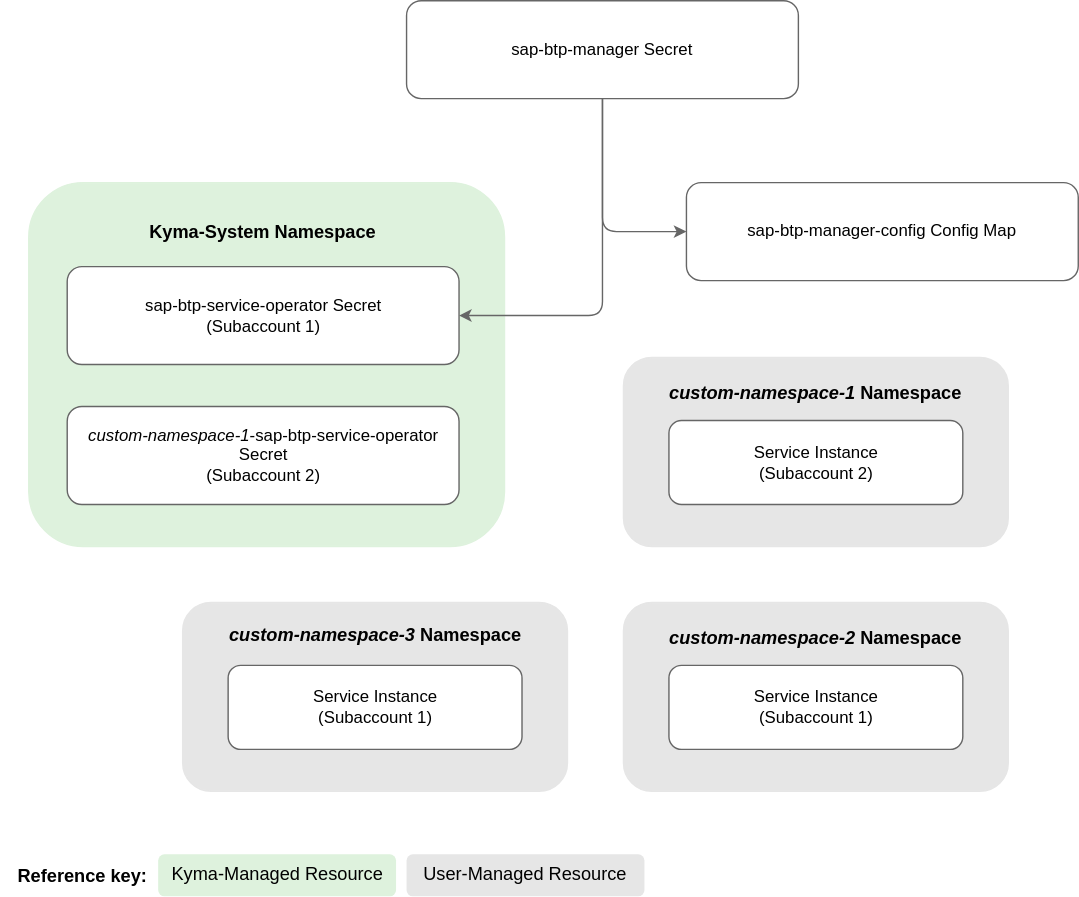
Before: docs/assets/access_configuration.drawio.svg, a diagram exported from draw.io (kyma-project/btp-manager). Source tidied: cells renumbered, new cells last; positions are measured from the earlier drawing's top-left corner, leaving out a move shared by most shapes. The source it was exported from:
```xml
<mxGraphModel background="#ffffff">
  <root>
    <mxCell id="0" />
    <mxCell id="1" parent="0" />
    <mxCell id="2" style="rounded=1;whiteSpace=wrap;html=1;fillColor=#e6e6e6;strokeColor=#e6e6e6;" parent="1" vertex="1">
      <mxGeometry x="445" y="255" width="275" height="135" as="geometry" />
    </mxCell>
    <mxCell id="3" style="rounded=1;whiteSpace=wrap;html=1;fillColor=#def2dd;strokeColor=#def2dd;" parent="1" vertex="1">
      <mxGeometry x="20" y="130" width="340" height="260" as="geometry" />
    </mxCell>
    <mxCell id="4" style="edgeStyle=orthogonalEdgeStyle;rounded=1;jettySize=auto;html=1;entryX=1;entryY=0.5;entryDx=0;entryDy=0;strokeColor=#666666;curved=0;" parent="1" edge="1" source="6" target="8">
      <mxGeometry relative="1" as="geometry" />
    </mxCell>
    <mxCell id="5" style="edgeStyle=orthogonalEdgeStyle;rounded=1;jettySize=auto;html=1;entryX=0;entryY=0.5;entryDx=0;entryDy=0;strokeColor=#666666;curved=0;" parent="1" edge="1" source="6" target="15">
      <mxGeometry relative="1" as="geometry" />
    </mxCell>
    <mxCell id="6" style="rounded=1;whiteSpace=wrap;html=1;strokeColor=#666666;" parent="1" vertex="1">
      <mxGeometry x="290" width="280" height="70" as="geometry" />
    </mxCell>
    <mxCell id="7" value="sap-btp-manager Secret" style="text;html=1;align=center;verticalAlign=middle;whiteSpace=wrap;rounded=0;" parent="1" vertex="1">
      <mxGeometry x="330" y="19.4" width="200" height="31.2" as="geometry" />
    </mxCell>
    <mxCell id="8" style="rounded=1;whiteSpace=wrap;html=1;strokeColor=#666666;" parent="1" vertex="1">
      <mxGeometry x="47.5" y="190" width="280" height="70" as="geometry" />
    </mxCell>
    <mxCell id="9" value="sap-btp-service-operator Secret&lt;div&gt;(&lt;span style=&quot;background-color: initial;&quot;&gt;Subaccount 1)&lt;/span&gt;&lt;/div&gt;" style="text;html=1;align=center;verticalAlign=middle;whiteSpace=wrap;rounded=0;" parent="1" vertex="1">
      <mxGeometry x="92.5" y="210" width="190" height="30" as="geometry" />
    </mxCell>
    <mxCell id="10" style="rounded=1;whiteSpace=wrap;html=1;strokeColor=#666666;" parent="1" vertex="1">
      <mxGeometry x="47.5" y="290" width="280" height="70" as="geometry" />
    </mxCell>
    <mxCell id="11" value="&lt;i&gt;custom-namespace-1&lt;/i&gt;-sap-btp-service-operator Secret&lt;div&gt;(&lt;span style=&quot;background-color: initial;&quot;&gt;Subaccount 2)&lt;/span&gt;&lt;/div&gt;" style="text;html=1;align=center;verticalAlign=middle;whiteSpace=wrap;rounded=0;" parent="1" vertex="1">
      <mxGeometry x="57.5" y="310" width="260" height="30" as="geometry" />
    </mxCell>
    <mxCell id="12" value="Service Instance&lt;div&gt;(&lt;span style=&quot;background-color: initial;&quot;&gt;Subaccount 2)&lt;/span&gt;&lt;br&gt;&lt;/div&gt;" style="rounded=1;whiteSpace=wrap;html=1;strokeColor=#666666;" parent="1" vertex="1">
      <mxGeometry x="477.5" y="300" width="210" height="60" as="geometry" />
    </mxCell>
    <mxCell id="13" value="&lt;b&gt;&lt;font style=&quot;font-size: 13px;&quot;&gt;Kyma-System Namespace&lt;/font&gt;&lt;/b&gt;" style="text;html=1;align=center;verticalAlign=middle;whiteSpace=wrap;rounded=0;" parent="1" vertex="1">
      <mxGeometry x="55" y="150" width="265" height="30" as="geometry" />
    </mxCell>
    <mxCell id="14" value="&lt;font style=&quot;font-size: 13px;&quot;&gt;&lt;b&gt;&lt;i&gt;custom-namespace-1&lt;/i&gt; Namespace&lt;/b&gt;&lt;/font&gt;" style="text;html=1;align=center;verticalAlign=middle;whiteSpace=wrap;rounded=0;" parent="1" vertex="1">
      <mxGeometry x="465" y="265" width="235" height="30" as="geometry" />
    </mxCell>
    <mxCell id="15" style="rounded=1;whiteSpace=wrap;html=1;strokeColor=#666666;" parent="1" vertex="1">
      <mxGeometry x="490" y="130" width="280" height="70" as="geometry" />
    </mxCell>
    <mxCell id="16" value="sap-btp-manager-config Config Map" style="text;html=1;align=center;verticalAlign=middle;whiteSpace=wrap;rounded=0;" parent="1" vertex="1">
      <mxGeometry x="530" y="150" width="200" height="30" as="geometry" />
    </mxCell>
    <mxCell id="17" value="&lt;b&gt;&lt;font style=&quot;font-size: 13px;&quot;&gt;Reference key:&amp;nbsp;&lt;/font&gt;&lt;/b&gt;" style="text;html=1;align=center;verticalAlign=middle;strokeColor=none;fillColor=none;" parent="1" vertex="1">
      <mxGeometry y="610" width="120" height="30" as="geometry" />
    </mxCell>
    <mxCell id="18" value="&lt;span style=&quot;color: rgb(0, 0, 0); font-family: Helvetica; font-size: 13px; font-style: normal; font-variant-ligatures: normal; font-variant-caps: normal; font-weight: 400; letter-spacing: normal; orphans: 2; text-indent: 0px; text-transform: none; widows: 2; word-spacing: 0px; -webkit-text-stroke-width: 0px; text-decoration-thickness: initial; text-decoration-style: initial; text-decoration-color: initial; float: none; display: inline !important;&quot;&gt;Kyma-Managed Resource&lt;/span&gt;" style="text;whiteSpace=wrap;html=1;strokeColor=none;rounded=1;fillColor=#def2dd;align=center;" parent="1" vertex="1">
      <mxGeometry x="112.5" y="610" width="170" height="30" as="geometry" />
    </mxCell>
    <mxCell id="19" value="&lt;span style=&quot;color: rgb(0, 0, 0); font-family: Helvetica; font-size: 13px; font-style: normal; font-variant-ligatures: normal; font-variant-caps: normal; font-weight: 400; letter-spacing: normal; orphans: 2; text-indent: 0px; text-transform: none; widows: 2; word-spacing: 0px; -webkit-text-stroke-width: 0px; text-decoration-thickness: initial; text-decoration-style: initial; text-decoration-color: initial; float: none; display: inline !important;&quot;&gt;User-Managed Resource&lt;/span&gt;" style="text;whiteSpace=wrap;html=1;strokeColor=none;rounded=1;fillColor=#e6e6e6;align=center;" parent="1" vertex="1">
      <mxGeometry x="290" y="610" width="170" height="30" as="geometry" />
    </mxCell>
    <mxCell id="20" style="rounded=1;whiteSpace=wrap;html=1;fillColor=#e6e6e6;strokeColor=#e6e6e6;" parent="1" vertex="1">
      <mxGeometry x="445" y="430" width="275" height="135" as="geometry" />
    </mxCell>
    <mxCell id="21" value="Service Instance&lt;div&gt;(&lt;span style=&quot;background-color: initial;&quot;&gt;Subaccount 1)&lt;/span&gt;&lt;br&gt;&lt;/div&gt;" style="rounded=1;whiteSpace=wrap;html=1;strokeColor=#666666;" parent="1" vertex="1">
      <mxGeometry x="477.5" y="475" width="210" height="60" as="geometry" />
    </mxCell>
    <mxCell id="22" style="rounded=1;whiteSpace=wrap;html=1;fillColor=#e6e6e6;strokeColor=#e6e6e6;" parent="1" vertex="1">
      <mxGeometry x="130" y="430" width="275" height="135" as="geometry" />
    </mxCell>
    <mxCell id="23" value="Service Instance&lt;div&gt;(&lt;span style=&quot;background-color: initial;&quot;&gt;Subaccount 1)&lt;/span&gt;&lt;br&gt;&lt;/div&gt;" style="rounded=1;whiteSpace=wrap;html=1;strokeColor=#666666;" parent="1" vertex="1">
      <mxGeometry x="162.5" y="475" width="210" height="60" as="geometry" />
    </mxCell>
    <mxCell id="24" value="&lt;b style=&quot;font-size: 13px;&quot;&gt;&lt;i&gt;custom-namespace-2&lt;/i&gt;&amp;nbsp;Namespace&lt;/b&gt;" style="text;html=1;align=center;verticalAlign=middle;whiteSpace=wrap;rounded=0;" parent="1" vertex="1">
      <mxGeometry x="471.2" y="440" width="222.5" height="30" as="geometry" />
    </mxCell>
    <mxCell id="25" value="&lt;b style=&quot;font-size: 13px;&quot;&gt;&lt;i&gt;custom-namespace-3&lt;/i&gt;&amp;nbsp;Namespace&lt;/b&gt;" style="text;html=1;align=center;verticalAlign=middle;whiteSpace=wrap;rounded=0;" parent="1" vertex="1">
      <mxGeometry x="157.5" y="438.8" width="220" height="27.5" as="geometry" />
    </mxCell>
  </root>
</mxGraphModel>
```
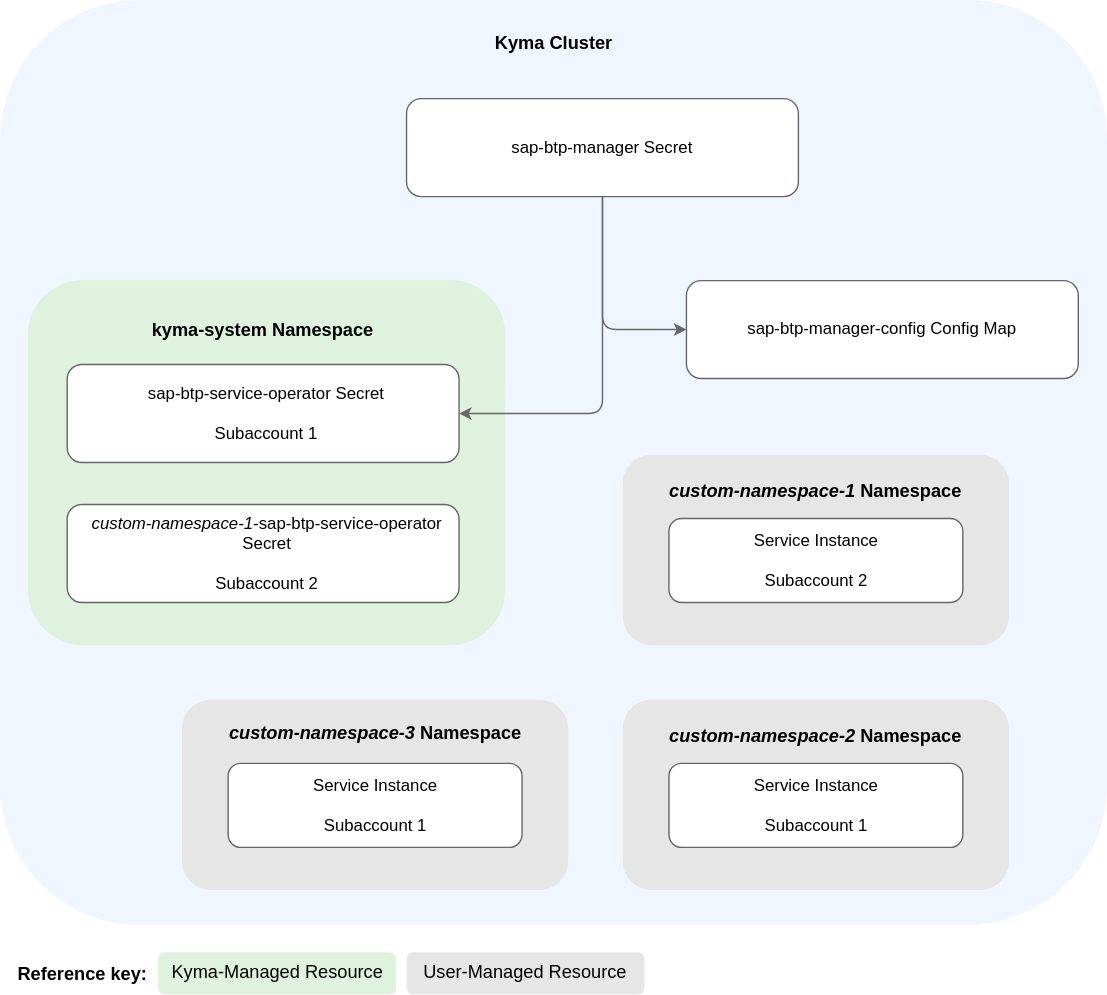
The same file after the commit.

What changed in the source:
```diff
@@ -2,6 +2,9 @@
   <root>
     <mxCell id="0" />
     <mxCell id="1" parent="0" />
+    <mxCell id="26" style="rounded=1;whiteSpace=wrap;html=1;fillColor=#f0f6ff;strokeColor=#f0f6ff;" parent="1" vertex="1">
+      <mxGeometry y="-70" width="790" height="660" as="geometry" />
+    </mxCell>
     <mxCell id="2" style="rounded=1;whiteSpace=wrap;html=1;fillColor=#e6e6e6;strokeColor=#e6e6e6;" parent="1" vertex="1">
       <mxGeometry x="445" y="255" width="275" height="135" as="geometry" />
     </mxCell>
@@ -23,19 +26,19 @@
     <mxCell id="8" style="rounded=1;whiteSpace=wrap;html=1;strokeColor=#666666;" parent="1" vertex="1">
       <mxGeometry x="47.5" y="190" width="280" height="70" as="geometry" />
     </mxCell>
-    <mxCell id="9" value="sap-btp-service-operator Secret&lt;div&gt;(&lt;span style=&quot;background-color: initial;&quot;&gt;Subaccount 1)&lt;/span&gt;&lt;/div&gt;" style="text;html=1;align=center;verticalAlign=middle;whiteSpace=wrap;rounded=0;" parent="1" vertex="1">
-      <mxGeometry x="92.5" y="210" width="190" height="30" as="geometry" />
+    <mxCell id="9" value="sap-btp-service-operator Secret&lt;div&gt;&lt;br&gt;&lt;div&gt;&lt;span style=&quot;background-color: initial;&quot;&gt;Subaccount 1&lt;/span&gt;&lt;/div&gt;&lt;/div&gt;" style="text;html=1;align=center;verticalAlign=middle;whiteSpace=wrap;rounded=0;" parent="1" vertex="1">
+      <mxGeometry x="96.3" y="205" width="187.5" height="40" as="geometry" />
     </mxCell>
     <mxCell id="10" style="rounded=1;whiteSpace=wrap;html=1;strokeColor=#666666;" parent="1" vertex="1">
       <mxGeometry x="47.5" y="290" width="280" height="70" as="geometry" />
     </mxCell>
-    <mxCell id="11" value="&lt;i&gt;custom-namespace-1&lt;/i&gt;-sap-btp-service-operator Secret&lt;div&gt;(&lt;span style=&quot;background-color: initial;&quot;&gt;Subaccount 2)&lt;/span&gt;&lt;/div&gt;" style="text;html=1;align=center;verticalAlign=middle;whiteSpace=wrap;rounded=0;" parent="1" vertex="1">
-      <mxGeometry x="57.5" y="310" width="260" height="30" as="geometry" />
+    <mxCell id="11" value="&lt;i&gt;custom-namespace-1&lt;/i&gt;-sap-btp-service-operator Secret&lt;div&gt;&lt;br&gt;&lt;div&gt;&lt;span style=&quot;background-color: initial;&quot;&gt;Subaccount 2&lt;/span&gt;&lt;/div&gt;&lt;/div&gt;" style="text;html=1;align=center;verticalAlign=middle;whiteSpace=wrap;rounded=0;" parent="1" vertex="1">
+      <mxGeometry x="60.6" y="296.2" width="258.8" height="57.5" as="geometry" />
     </mxCell>
-    <mxCell id="12" value="Service Instance&lt;div&gt;(&lt;span style=&quot;background-color: initial;&quot;&gt;Subaccount 2)&lt;/span&gt;&lt;br&gt;&lt;/div&gt;" style="rounded=1;whiteSpace=wrap;html=1;strokeColor=#666666;" parent="1" vertex="1">
+    <mxCell id="12" value="Service Instance&lt;div&gt;&lt;br&gt;&lt;div&gt;&lt;span style=&quot;background-color: initial;&quot;&gt;Subaccount 2&lt;/span&gt;&lt;br&gt;&lt;/div&gt;&lt;/div&gt;" style="rounded=1;whiteSpace=wrap;html=1;strokeColor=#666666;" parent="1" vertex="1">
       <mxGeometry x="477.5" y="300" width="210" height="60" as="geometry" />
     </mxCell>
-    <mxCell id="13" value="&lt;b&gt;&lt;font style=&quot;font-size: 13px;&quot;&gt;Kyma-System Namespace&lt;/font&gt;&lt;/b&gt;" style="text;html=1;align=center;verticalAlign=middle;whiteSpace=wrap;rounded=0;" parent="1" vertex="1">
+    <mxCell id="13" value="&lt;b&gt;&lt;font style=&quot;font-size: 13px;&quot;&gt;kyma-system Namespace&lt;/font&gt;&lt;/b&gt;" style="text;html=1;align=center;verticalAlign=middle;whiteSpace=wrap;rounded=0;" parent="1" vertex="1">
       <mxGeometry x="55" y="150" width="265" height="30" as="geometry" />
     </mxCell>
     <mxCell id="14" value="&lt;font style=&quot;font-size: 13px;&quot;&gt;&lt;b&gt;&lt;i&gt;custom-namespace-1&lt;/i&gt; Namespace&lt;/b&gt;&lt;/font&gt;" style="text;html=1;align=center;verticalAlign=middle;whiteSpace=wrap;rounded=0;" parent="1" vertex="1">
@@ -59,13 +62,13 @@
     <mxCell id="20" style="rounded=1;whiteSpace=wrap;html=1;fillColor=#e6e6e6;strokeColor=#e6e6e6;" parent="1" vertex="1">
       <mxGeometry x="445" y="430" width="275" height="135" as="geometry" />
     </mxCell>
-    <mxCell id="21" value="Service Instance&lt;div&gt;(&lt;span style=&quot;background-color: initial;&quot;&gt;Subaccount 1)&lt;/span&gt;&lt;br&gt;&lt;/div&gt;" style="rounded=1;whiteSpace=wrap;html=1;strokeColor=#666666;" parent="1" vertex="1">
+    <mxCell id="21" value="Service Instance&lt;div&gt;&lt;br&gt;&lt;div&gt;&lt;span style=&quot;background-color: initial;&quot;&gt;Subaccount 1&lt;/span&gt;&lt;br&gt;&lt;/div&gt;&lt;/div&gt;" style="rounded=1;whiteSpace=wrap;html=1;strokeColor=#666666;" parent="1" vertex="1">
       <mxGeometry x="477.5" y="475" width="210" height="60" as="geometry" />
     </mxCell>
     <mxCell id="22" style="rounded=1;whiteSpace=wrap;html=1;fillColor=#e6e6e6;strokeColor=#e6e6e6;" parent="1" vertex="1">
       <mxGeometry x="130" y="430" width="275" height="135" as="geometry" />
     </mxCell>
-    <mxCell id="23" value="Service Instance&lt;div&gt;(&lt;span style=&quot;background-color: initial;&quot;&gt;Subaccount 1)&lt;/span&gt;&lt;br&gt;&lt;/div&gt;" style="rounded=1;whiteSpace=wrap;html=1;strokeColor=#666666;" parent="1" vertex="1">
+    <mxCell id="23" value="Service Instance&lt;div&gt;&lt;br&gt;&lt;div&gt;&lt;span style=&quot;background-color: initial;&quot;&gt;Subaccount 1&lt;/span&gt;&lt;br&gt;&lt;/div&gt;&lt;/div&gt;" style="rounded=1;whiteSpace=wrap;html=1;strokeColor=#666666;" parent="1" vertex="1">
       <mxGeometry x="162.5" y="475" width="210" height="60" as="geometry" />
     </mxCell>
     <mxCell id="24" value="&lt;b style=&quot;font-size: 13px;&quot;&gt;&lt;i&gt;custom-namespace-2&lt;/i&gt;&amp;nbsp;Namespace&lt;/b&gt;" style="text;html=1;align=center;verticalAlign=middle;whiteSpace=wrap;rounded=0;" parent="1" vertex="1">
@@ -74,5 +77,8 @@
     <mxCell id="25" value="&lt;b style=&quot;font-size: 13px;&quot;&gt;&lt;i&gt;custom-namespace-3&lt;/i&gt;&amp;nbsp;Namespace&lt;/b&gt;" style="text;html=1;align=center;verticalAlign=middle;whiteSpace=wrap;rounded=0;" parent="1" vertex="1">
       <mxGeometry x="157.5" y="438.8" width="220" height="27.5" as="geometry" />
     </mxCell>
+    <mxCell id="27" value="&lt;b&gt;&lt;font style=&quot;font-size: 13px;&quot;&gt;Kyma Cluster&lt;/font&gt;&lt;/b&gt;" style="text;html=1;align=center;verticalAlign=middle;whiteSpace=wrap;rounded=0;" parent="1" vertex="1">
+      <mxGeometry x="332.5" y="-60" width="125" height="40" as="geometry" />
+    </mxCell>
   </root>
 </mxGraphModel>
```
